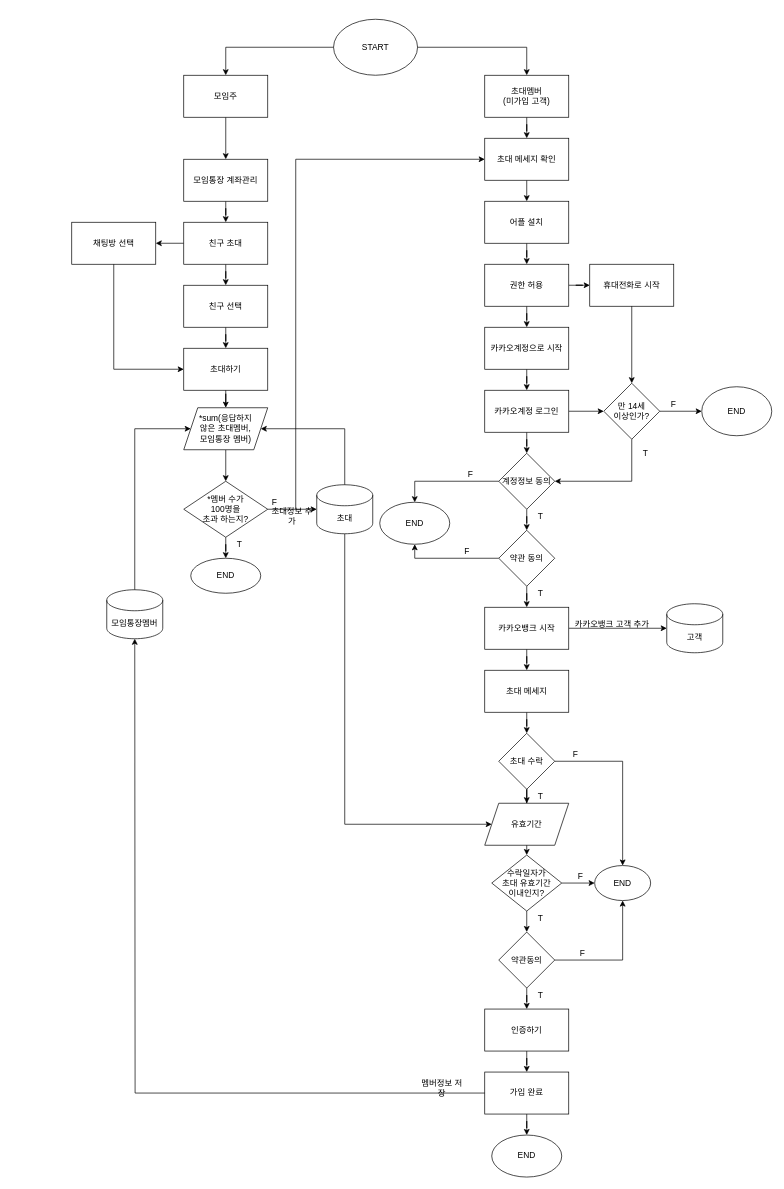
Earlier version of the draw.io diagram Untitled Diagram_3.drawio (h22j2n/BeakJoon). Source tidied: cells renumbered, new cells numbered last; positions are measured from the earlier drawing's top-left corner, leaving out a move shared by most shapes. Both pictures are drawn from the tidied source at 70%, with x=0, y=0 at pixel (71, 19).
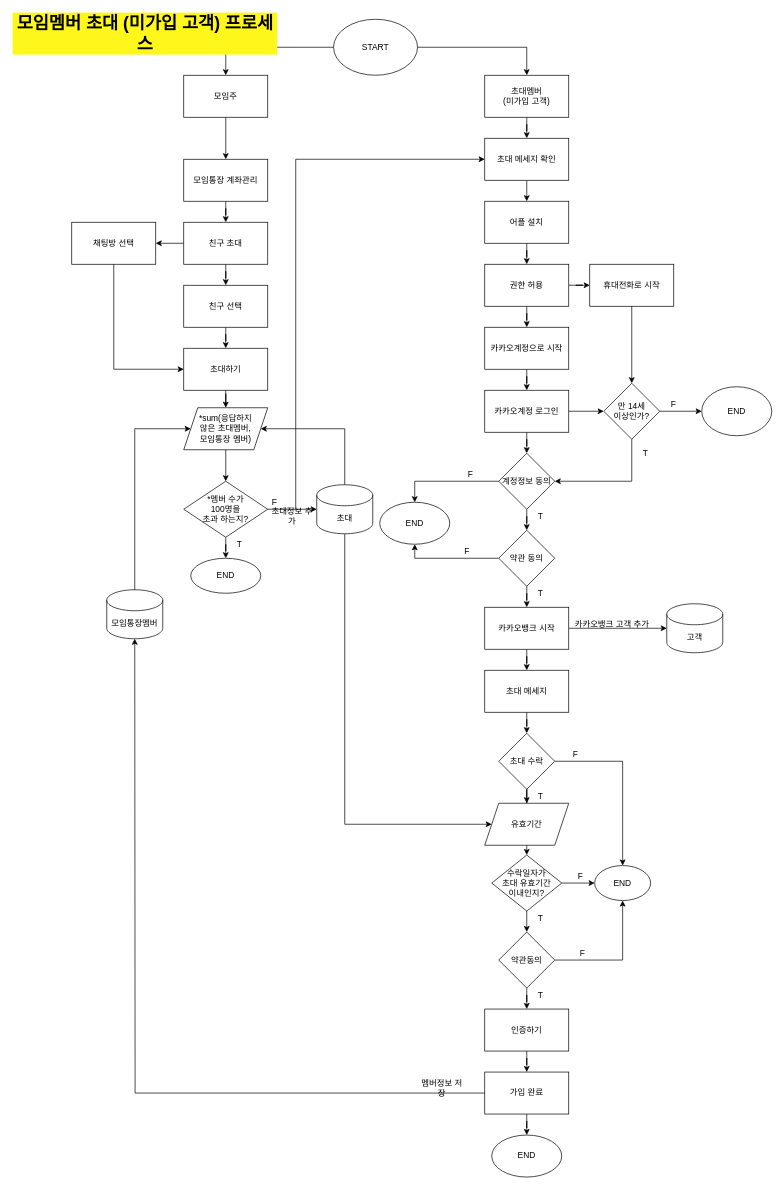
Above is the later version.

Diff of the diagram source:
```diff
@@
+    <mxCell id="98" value="&lt;span&gt;모임멤버 초대 (미가입 고객) 프로세스&lt;/span&gt;" style="text;html=1;strokeColor=none;fillColor=none;align=center;verticalAlign=middle;whiteSpace=wrap;rounded=0;fontSize=25;fontStyle=1;labelBackgroundColor=#FFF71C;" parent="1" vertex="1">
+      <mxGeometry x="-85" y="10" width="380" height="20" as="geometry" />
+    </mxCell>
```
